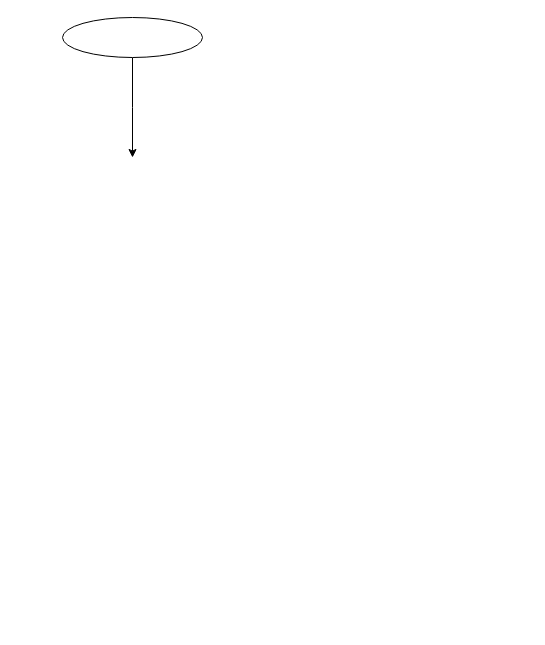
Before: page "float" (7 of 7) of thougths.drawio in vlukjanenko/ft_printf, a draw.io diagram. Source tidied: cells renumbered, new cells numbered last; positions are measured from the earlier drawing's top-left corner, leaving out a move shared by most shapes. Both pictures are drawn from the tidied source at 100%, with x=0, y=0 at pixel (62, 17).
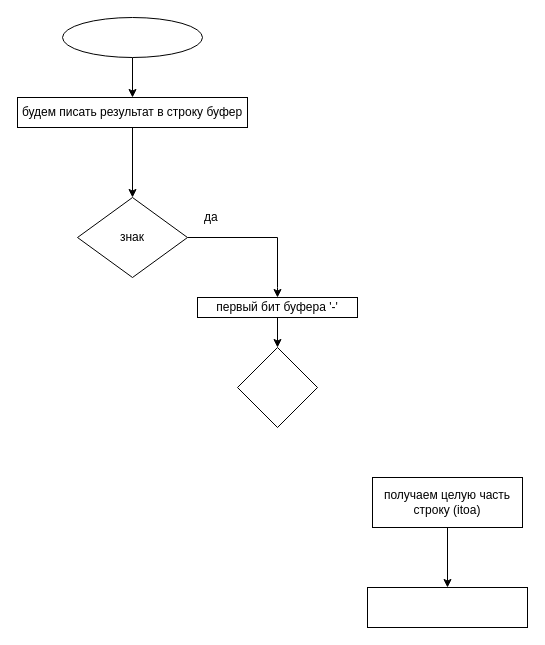
The same diagram, later.

The edit, as a diff of the source:
```diff
@@
 <mxGraphModel>
   <root>
     <mxCell id="0" />
     <mxCell id="1" parent="0" />
-    <mxCell id="2" style="edgeStyle=orthogonalEdgeStyle;rounded=0;jettySize=auto;html=1;" parent="1" edge="1" source="3">
+    <mxCell id="2" style="edgeStyle=orthogonalEdgeStyle;rounded=0;jettySize=auto;html=1;" parent="1" edge="1" source="3" target="10">
       <mxGeometry relative="1" as="geometry">
-        <mxPoint x="70" y="140" as="targetPoint" />
+        <Array as="points">
+          <mxPoint x="70" y="100" />
+          <mxPoint x="70" y="100" />
+        </Array>
       </mxGeometry>
     </mxCell>
     <mxCell id="3" style="ellipse;whiteSpace=wrap;html=1;" parent="1" vertex="1">
       <mxGeometry width="140" height="40" as="geometry" />
     </mxCell>
+    <mxCell id="4" style="edgeStyle=orthogonalEdgeStyle;rounded=0;jettySize=auto;html=1;exitX=0.5;exitY=0;exitDx=0;exitDy=0;" parent="1" edge="1" source="5" target="8">
+      <mxGeometry relative="1" as="geometry">
+        <Array as="points">
+          <mxPoint x="215" y="220" />
+          <mxPoint x="215" y="270" />
+        </Array>
+      </mxGeometry>
+    </mxCell>
+    <mxCell id="5" value="знак" style="rhombus;whiteSpace=wrap;html=1;direction=south;" parent="1" vertex="1">
+      <mxGeometry x="15" y="180" width="110" height="80" as="geometry" />
+    </mxCell>
+    <mxCell id="6" value="да" style="text;html=1;align=left;verticalAlign=top;spacingTop=-4;" parent="1" vertex="1">
+      <mxGeometry x="140" y="190" width="30" height="20" as="geometry" />
+    </mxCell>
+    <mxCell id="7" style="edgeStyle=orthogonalEdgeStyle;rounded=0;jettySize=auto;html=1;" parent="1" edge="1" source="8" target="14">
+      <mxGeometry relative="1" as="geometry" />
+    </mxCell>
+    <mxCell id="8" value="первый бит буфера '-'" style="rounded=0;whiteSpace=wrap;html=1;" parent="1" vertex="1">
+      <mxGeometry x="135" y="280" width="160" height="20" as="geometry" />
+    </mxCell>
+    <mxCell id="9" style="edgeStyle=orthogonalEdgeStyle;rounded=0;jettySize=auto;html=1;entryX=0;entryY=0.5;entryDx=0;entryDy=0;" parent="1" edge="1" source="10" target="5">
+      <mxGeometry relative="1" as="geometry" />
+    </mxCell>
+    <mxCell id="10" value="будем писать результат в строку буфер" style="rounded=0;whiteSpace=wrap;html=1;" parent="1" vertex="1">
+      <mxGeometry x="-45" y="80" width="230" height="30" as="geometry" />
+    </mxCell>
+    <mxCell id="11" style="edgeStyle=orthogonalEdgeStyle;rounded=0;jettySize=auto;html=1;" parent="1" edge="1" source="12" target="13">
+      <mxGeometry relative="1" as="geometry" />
+    </mxCell>
+    <mxCell id="12" value="получаем целую часть&lt;br&gt;строку (itoa)" style="rounded=0;whiteSpace=wrap;html=1;" parent="1" vertex="1">
+      <mxGeometry x="310" y="460" width="150" height="50" as="geometry" />
+    </mxCell>
+    <mxCell id="13" style="rounded=0;whiteSpace=wrap;html=1;" parent="1" vertex="1">
+      <mxGeometry x="305" y="570" width="160" height="40" as="geometry" />
+    </mxCell>
+    <mxCell id="14" style="rhombus;whiteSpace=wrap;html=1;" parent="1" vertex="1">
+      <mxGeometry x="175" y="330" width="80" height="80" as="geometry" />
+    </mxCell>
   </root>
 </mxGraphModel>
```
